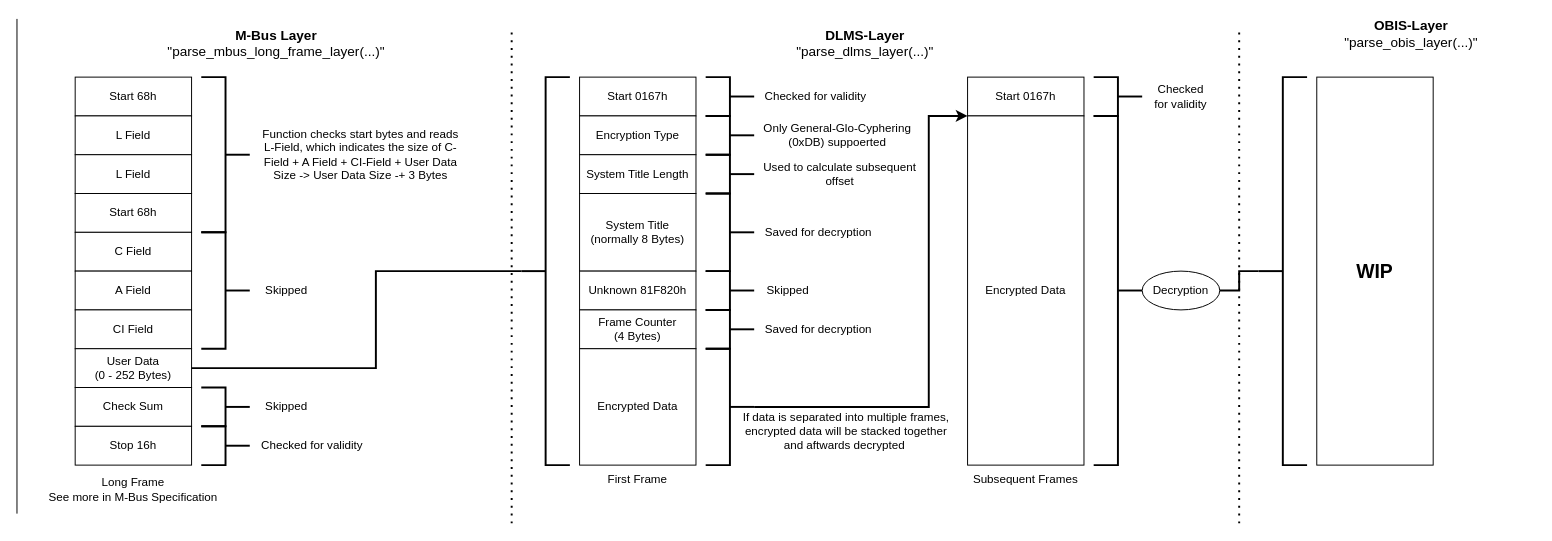
Earlier version of the draw.io diagram images/smartmeter_data.drawio (Tropaion/ZigBee_SmartMeter_Reader). Source tidied: cells renumbered, new cells numbered last; positions are measured from the earlier drawing's top-left corner, leaving out a move shared by most shapes. Both pictures are drawn from the tidied source at 97%, with x=0, y=0 at pixel (16, 18).
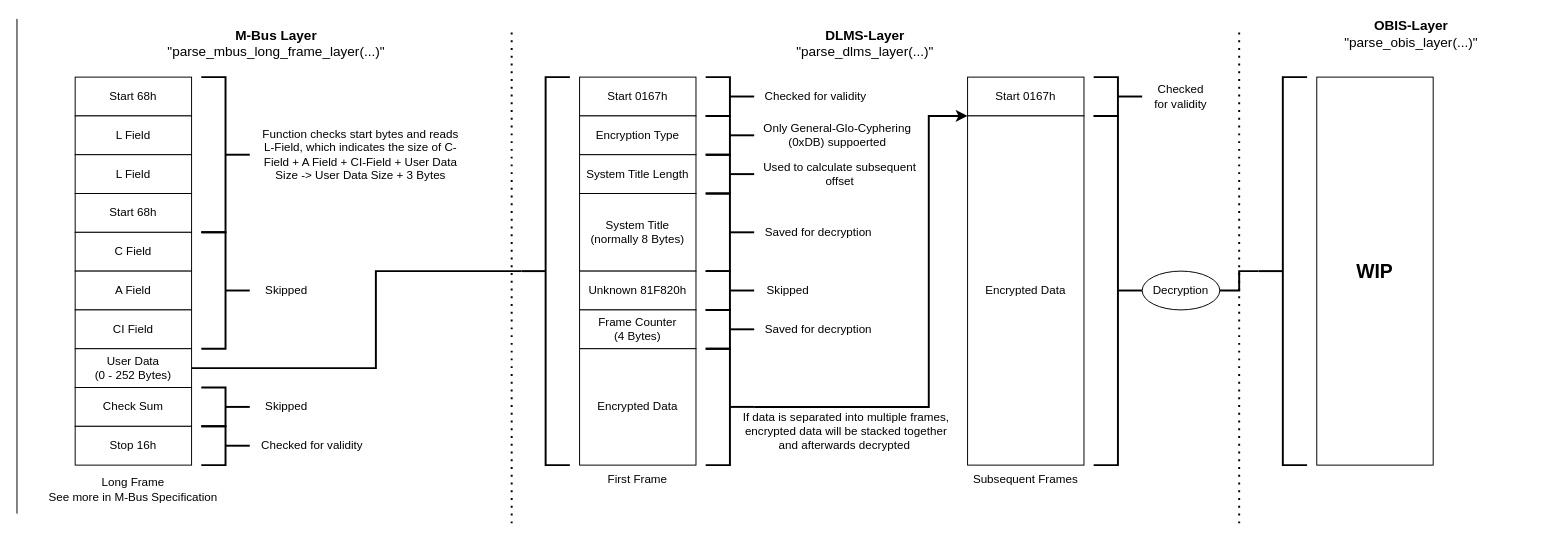
Above is the later version.

What changed in the source:
```diff
@@
-    <mxCell id="21" value="Function checks start bytes and reads L-Field, which indicates the size of C-Field + A Field + CI-Field + User Data Size -&amp;gt; User Data Size -+ 3 Bytes" style="text;html=1;strokeColor=none;fillColor=none;align=center;verticalAlign=middle;whiteSpace=wrap;rounded=0;rotation=0;" parent="1" vertex="1">
+    <mxCell id="21" value="Function checks start bytes and reads L-Field, which indicates the size of C-Field + A Field + CI-Field + User Data Size -&amp;gt; User Data Size + 3 Bytes" style="text;html=1;strokeColor=none;fillColor=none;align=center;verticalAlign=middle;whiteSpace=wrap;rounded=0;rotation=0;" parent="1" vertex="1">
       <mxGeometry x="247.5" y="90" width="212.5" height="100" as="geometry" />
     </mxCell>
@@
-    <mxCell id="51" value="If data is separated into multiple frames, encrypted data will be stacked together and aftwards decrypted&amp;nbsp;" style="text;html=1;strokeColor=none;fillColor=none;align=center;verticalAlign=middle;whiteSpace=wrap;rounded=0;" parent="1" vertex="1">
+    <mxCell id="51" value="If data is separated into multiple frames, encrypted data will be stacked together and afterwards decrypted&amp;nbsp;" style="text;html=1;strokeColor=none;fillColor=none;align=center;verticalAlign=middle;whiteSpace=wrap;rounded=0;" parent="1" vertex="1">
       <mxGeometry x="740" y="410" width="230" height="30" as="geometry" />
     </mxCell>
```
